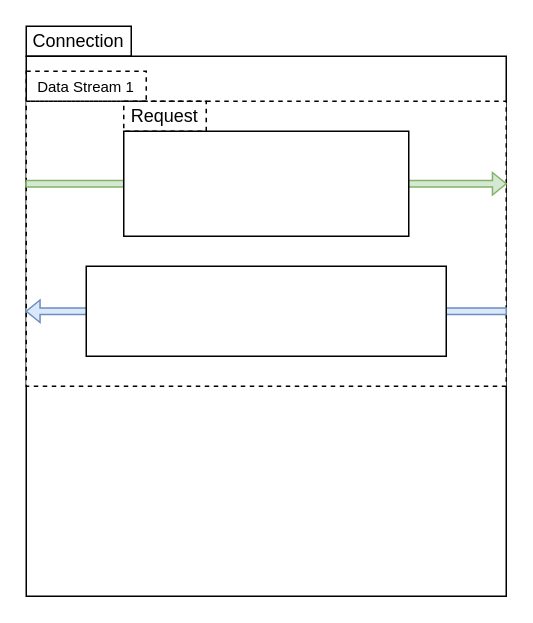
Before: grpc.drawio in dragon-zhong/dgblog, a draw.io diagram. Source tidied: cells renumbered, new cells numbered last; positions are measured from the earlier drawing's top-left corner, leaving out a move shared by most shapes. Both pictures are drawn from the tidied source at 150%, with x=0, y=0 at pixel (26, 26).
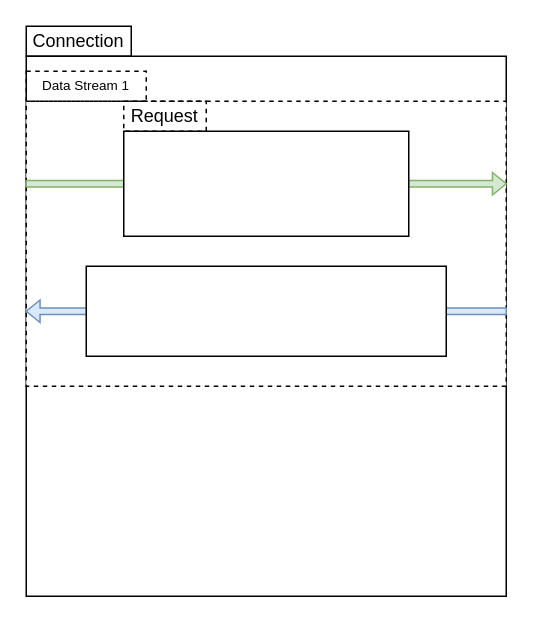
The same diagram, later.

Diff of the diagram source:
```diff
@@
 <mxGraphModel>
   <root>
     <mxCell id="0" />
     <mxCell id="1" parent="0" />
     <mxCell id="2" style="rounded=0;whiteSpace=wrap;html=1;" parent="1" vertex="1">
       <mxGeometry y="20" width="320" height="360" as="geometry" />
     </mxCell>
     <mxCell id="3" style="rounded=0;whiteSpace=wrap;html=1;dashed=1;" parent="1" vertex="1">
       <mxGeometry y="50" width="320" height="190" as="geometry" />
     </mxCell>
     <mxCell id="4" value="Connection" style="text;html=1;strokeColor=default;fillColor=none;align=center;verticalAlign=middle;whiteSpace=wrap;rounded=0;" parent="1" vertex="1">
       <mxGeometry width="70" height="20" as="geometry" />
     </mxCell>
-    <mxCell id="5" value="&lt;font style=&quot;font-size: 10px&quot;&gt;Data Stream 1&lt;/font&gt;" style="text;html=1;strokeColor=default;fillColor=none;align=center;verticalAlign=middle;whiteSpace=wrap;rounded=0;fontSize=11;dashed=1;fontStyle=0;" parent="1" vertex="1">
+    <mxCell id="5" value="&lt;font style=&quot;font-size: 9px;&quot;&gt;Data Stream 1&lt;/font&gt;" style="text;html=1;strokeColor=default;fillColor=none;align=center;verticalAlign=middle;whiteSpace=wrap;rounded=0;fontSize=9;dashed=1;fontStyle=0;" parent="1" vertex="1">
       <mxGeometry y="30" width="80" height="20" as="geometry" />
     </mxCell>
     <mxCell id="6" style="shape=singleArrow;whiteSpace=wrap;html=1;arrowWidth=0.2888895670572917;arrowSize=0.028749974568684954;shadow=0;sketch=0;fillColor=#d5e8d4;strokeColor=#82b366;" parent="1" vertex="1">
       <mxGeometry y="97.5" width="320" height="15" as="geometry" />
     </mxCell>
     <mxCell id="7" style="rounded=0;whiteSpace=wrap;html=1;strokeColor=default;" parent="1" vertex="1">
       <mxGeometry x="65" y="70" width="190" height="70" as="geometry" />
     </mxCell>
     <mxCell id="8" style="shape=singleArrow;whiteSpace=wrap;html=1;arrowWidth=0.2888895670572917;arrowSize=0.028749974568684954;shadow=0;sketch=0;fillColor=#dae8fc;strokeColor=#6c8ebf;flipH=1;" parent="1" vertex="1">
       <mxGeometry y="182.5" width="320" height="15" as="geometry" />
     </mxCell>
     <mxCell id="9" style="rounded=0;whiteSpace=wrap;html=1;strokeColor=default;" parent="1" vertex="1">
       <mxGeometry x="40" y="160" width="240" height="60" as="geometry" />
     </mxCell>
     <mxCell id="10" value="Request" style="text;html=1;strokeColor=default;fillColor=none;align=center;verticalAlign=middle;whiteSpace=wrap;rounded=0;fontSize=12;dashed=1;" parent="1" vertex="1">
       <mxGeometry x="65" y="50" width="55" height="20" as="geometry" />
     </mxCell>
   </root>
 </mxGraphModel>
```
